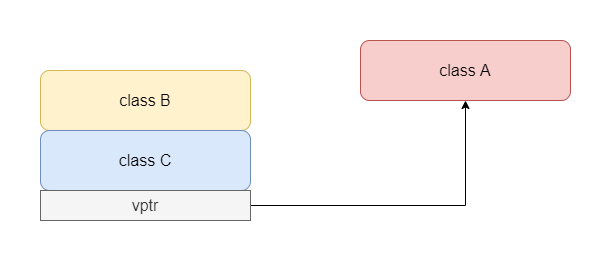
This is img/cpp_obj_model_virtual_jicheng.png from lixiang-share/jiuguang-blob, a draw.io export, as it was before one commit. Source tidied: cells renumbered, new cells last; positions are measured from the earlier drawing's top-left corner, leaving out a move shared by most shapes. Its diagram source:
```xml
<mxGraphModel>
  <root>
    <mxCell id="0" />
    <mxCell id="1" parent="0" />
    <mxCell id="2" value="class B" style="rounded=1;whiteSpace=wrap;html=1;fontSize=16;fillColor=#fff2cc;strokeColor=#d6b656;" parent="1" vertex="1">
      <mxGeometry y="30" width="210" height="60" as="geometry" />
    </mxCell>
    <mxCell id="3" value="class C" style="rounded=1;whiteSpace=wrap;html=1;fontSize=16;fillColor=#dae8fc;strokeColor=#6c8ebf;" parent="1" vertex="1">
      <mxGeometry y="90" width="210" height="60" as="geometry" />
    </mxCell>
    <mxCell id="4" value="class A" style="rounded=1;whiteSpace=wrap;html=1;fontSize=16;fillColor=#f8cecc;strokeColor=#b85450;" parent="1" vertex="1">
      <mxGeometry x="320" width="210" height="60" as="geometry" />
    </mxCell>
    <mxCell id="5" style="edgeStyle=orthogonalEdgeStyle;rounded=0;jettySize=auto;html=1;fontSize=16;" parent="1" edge="1" source="6" target="4">
      <mxGeometry relative="1" as="geometry" />
    </mxCell>
    <mxCell id="6" value="vptr" style="rounded=0;whiteSpace=wrap;html=1;fontSize=16;fillColor=#f5f5f5;strokeColor=#666666;fontColor=#333333;" parent="1" vertex="1">
      <mxGeometry y="150" width="210" height="30" as="geometry" />
    </mxCell>
  </root>
</mxGraphModel>
```
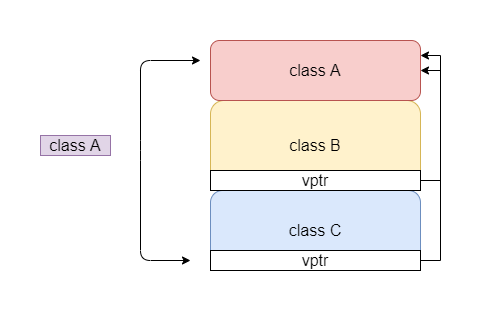
The same file after the commit.

The edit, as a diff of the source:
```diff
@@ -3,19 +3,49 @@
     <mxCell id="0" />
     <mxCell id="1" parent="0" />
     <mxCell id="2" value="class B" style="rounded=1;whiteSpace=wrap;html=1;fontSize=16;fillColor=#fff2cc;strokeColor=#d6b656;" parent="1" vertex="1">
-      <mxGeometry y="30" width="210" height="60" as="geometry" />
+      <mxGeometry x="160" y="70" width="210" height="90" as="geometry" />
     </mxCell>
     <mxCell id="3" value="class C" style="rounded=1;whiteSpace=wrap;html=1;fontSize=16;fillColor=#dae8fc;strokeColor=#6c8ebf;" parent="1" vertex="1">
-      <mxGeometry y="90" width="210" height="60" as="geometry" />
+      <mxGeometry x="160" y="160" width="210" height="80" as="geometry" />
     </mxCell>
     <mxCell id="4" value="class A" style="rounded=1;whiteSpace=wrap;html=1;fontSize=16;fillColor=#f8cecc;strokeColor=#b85450;" parent="1" vertex="1">
-      <mxGeometry x="320" width="210" height="60" as="geometry" />
+      <mxGeometry x="160" y="10" width="210" height="60" as="geometry" />
     </mxCell>
-    <mxCell id="5" style="edgeStyle=orthogonalEdgeStyle;rounded=0;jettySize=auto;html=1;fontSize=16;" parent="1" edge="1" source="6" target="4">
-      <mxGeometry relative="1" as="geometry" />
-    </mxCell>
-    <mxCell id="6" value="vptr" style="rounded=0;whiteSpace=wrap;html=1;fontSize=16;fillColor=#f5f5f5;strokeColor=#666666;fontColor=#333333;" parent="1" vertex="1">
-      <mxGeometry y="150" width="210" height="30" as="geometry" />
-    </mxCell>
+    <mxCell id="7" style="edgeStyle=orthogonalEdgeStyle;rounded=0;jettySize=auto;html=1;fontSize=16;entryX=1;entryY=0.5;entryDx=0;entryDy=0;" parent="1" edge="1" source="8" target="4">
+      <mxGeometry relative="1" as="geometry">
+        <Array as="points">
+          <mxPoint x="390" y="150" />
+          <mxPoint x="390" y="40" />
+        </Array>
+      </mxGeometry>
+    </mxCell>
+    <mxCell id="8" value="vptr" style="rounded=0;whiteSpace=wrap;html=1;fontSize=16;" parent="1" vertex="1">
+      <mxGeometry x="160" y="140" width="210" height="20" as="geometry" />
+    </mxCell>
+    <mxCell id="9" style="edgeStyle=orthogonalEdgeStyle;rounded=0;jettySize=auto;html=1;fontSize=16;entryX=1;entryY=0.25;entryDx=0;entryDy=0;" parent="1" edge="1" source="10" target="4">
+      <mxGeometry relative="1" as="geometry">
+        <Array as="points">
+          <mxPoint x="390" y="230" />
+          <mxPoint x="390" y="25" />
+        </Array>
+      </mxGeometry>
+    </mxCell>
+    <mxCell id="10" value="vptr" style="rounded=0;whiteSpace=wrap;html=1;fontSize=16;" parent="1" vertex="1">
+      <mxGeometry x="160" y="220" width="210" height="20" as="geometry" />
+    </mxCell>
+    <mxCell id="11" style="endArrow=classic;startArrow=classic;html=1;fontSize=16;" parent="1" edge="1">
+      <mxGeometry relative="1" as="geometry">
+        <mxPoint x="140" y="230" as="sourcePoint" />
+        <mxPoint x="150" y="30" as="targetPoint" />
+        <Array as="points">
+          <mxPoint x="90" y="230" />
+          <mxPoint x="90" y="120" />
+          <mxPoint x="90" y="30" />
+        </Array>
+      </mxGeometry>
+    </mxCell>
+    <mxCell id="12" value="class A" style="text;html=1;strokeColor=#9673a6;fillColor=#e1d5e7;align=center;verticalAlign=middle;whiteSpace=wrap;rounded=0;fontSize=16;" parent="1" vertex="1">
+      <mxGeometry x="-10" y="105" width="70" height="20" as="geometry" />
+    </mxCell>
   </root>
 </mxGraphModel>
```
